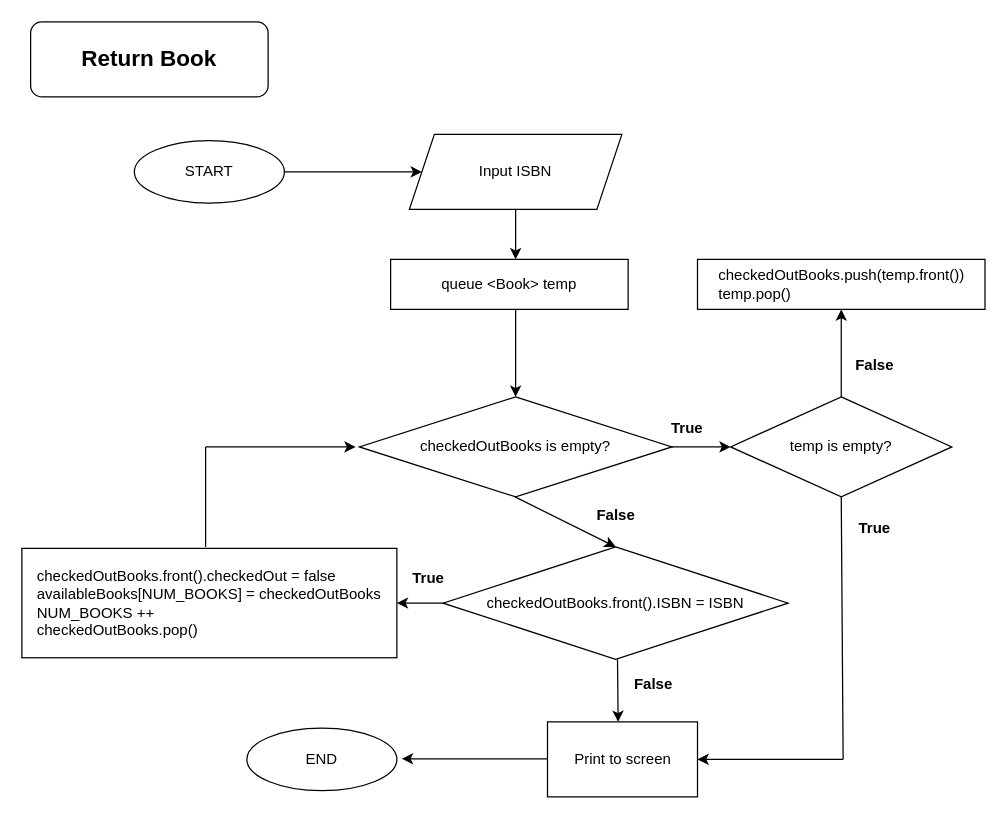
DokiBrother/BookLibraryCplus keeps this draw.io diagram as ReturnBook.drawio. Above is the earlier version. Source tidied: cells renumbered, new cells numbered last; positions are measured from the earlier drawing's top-left corner, leaving out a move shared by most shapes. Both pictures are drawn from the tidied source at 125%, with x=0, y=0 at pixel (21, 21).
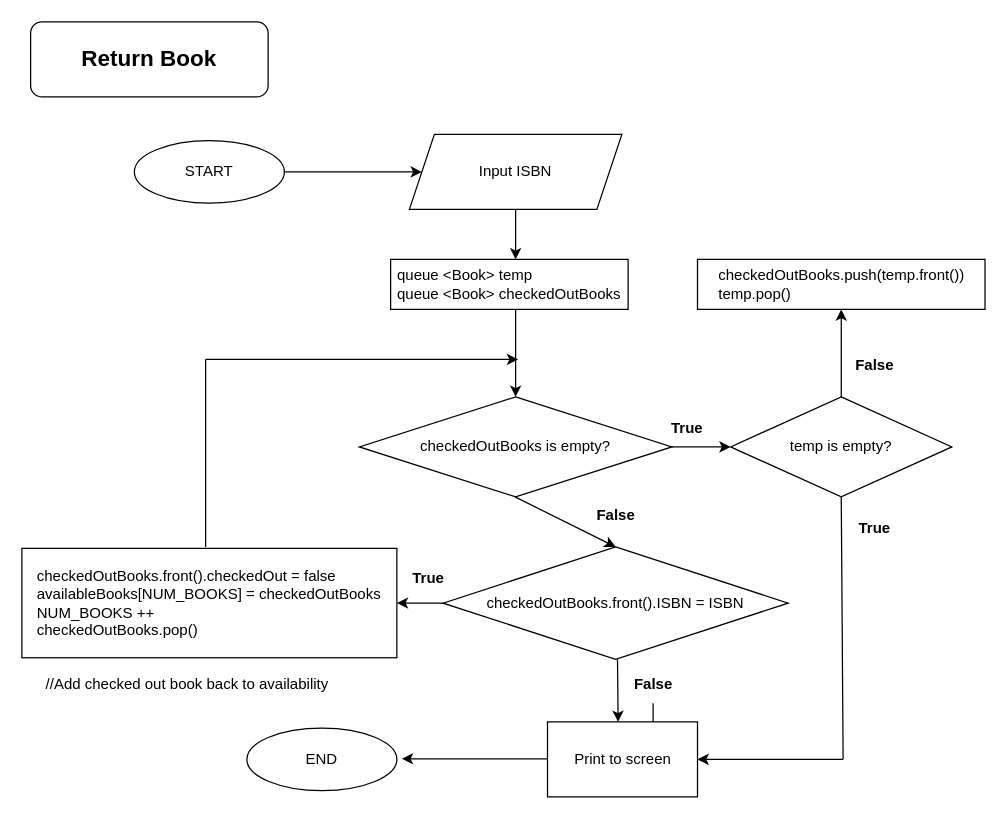
The same page after the edit.

The change refers to these unchanged cells:
```xml
<mxCell id="28" value="&lt;b&gt;False&lt;/b&gt;" style="text;html=1;align=center;verticalAlign=middle;points=[];strokeColor=none;fillColor=none;" parent="1" vertex="1">
  <mxGeometry x="480" y="515" width="50" height="30" as="geometry" />
</mxCell>
<mxCell id="29" value="Print to screen" style="rounded=0;whiteSpace=wrap;html=1;fontSize=12;" parent="1" vertex="1">
  <mxGeometry x="420.5" y="560" width="120" height="60" as="geometry" />
</mxCell>
```

Diff of the diagram source:
```diff
@@
-    <mxCell id="4" value="&lt;div style=&quot;text-align: left;&quot;&gt;&lt;span style=&quot;background-color: initial;&quot;&gt;queue &amp;lt;Book&amp;gt; temp&lt;/span&gt;&lt;/div&gt;" style="rounded=0;whiteSpace=wrap;html=1;" parent="1" vertex="1">
+    <mxCell id="4" value="&lt;div style=&quot;text-align: left;&quot;&gt;&lt;span style=&quot;background-color: initial;&quot;&gt;queue &amp;lt;Book&amp;gt; temp&lt;/span&gt;&lt;/div&gt;&lt;div style=&quot;text-align: left;&quot;&gt;queue &amp;lt;Book&amp;gt; checkedOutBooks&lt;span style=&quot;background-color: initial;&quot;&gt;&lt;br&gt;&lt;/span&gt;&lt;/div&gt;" style="rounded=0;whiteSpace=wrap;html=1;" parent="1" vertex="1">
       <mxGeometry x="295" y="190" width="190" height="40" as="geometry" />
     </mxCell>
@@
     <mxCell id="16" style="endArrow=classic;html=1;rounded=0;" parent="1" edge="1">
       <mxGeometry relative="1" as="geometry">
-        <mxPoint x="147" y="340" as="sourcePoint" />
-        <mxPoint x="267" y="340" as="targetPoint" />
+        <mxPoint x="147" y="270" as="sourcePoint" />
+        <mxPoint x="397" y="270" as="targetPoint" />
       </mxGeometry>
     </mxCell>
     <mxCell id="17" style="endArrow=none;html=1;rounded=0;fontSize=12;" parent="1" edge="1">
       <mxGeometry relative="1" as="geometry">
         <mxPoint x="147" y="420" as="sourcePoint" />
-        <mxPoint x="147" y="340" as="targetPoint" />
+        <mxPoint x="147" y="270" as="targetPoint" />
       </mxGeometry>
     </mxCell>
@@
+    <mxCell id="32" style="edgeStyle=orthogonalEdgeStyle;rounded=0;jettySize=auto;html=1;" parent="1" edge="1" source="28" target="29">
+      <mxGeometry relative="1" as="geometry" />
+    </mxCell>
@@
+    <mxCell id="33" value="//Add checked out book back to availability" style="text;html=1;align=center;verticalAlign=middle;strokeColor=none;fillColor=none;" parent="1" vertex="1">
+      <mxGeometry x="7" y="515" width="250" height="30" as="geometry" />
+    </mxCell>
```
